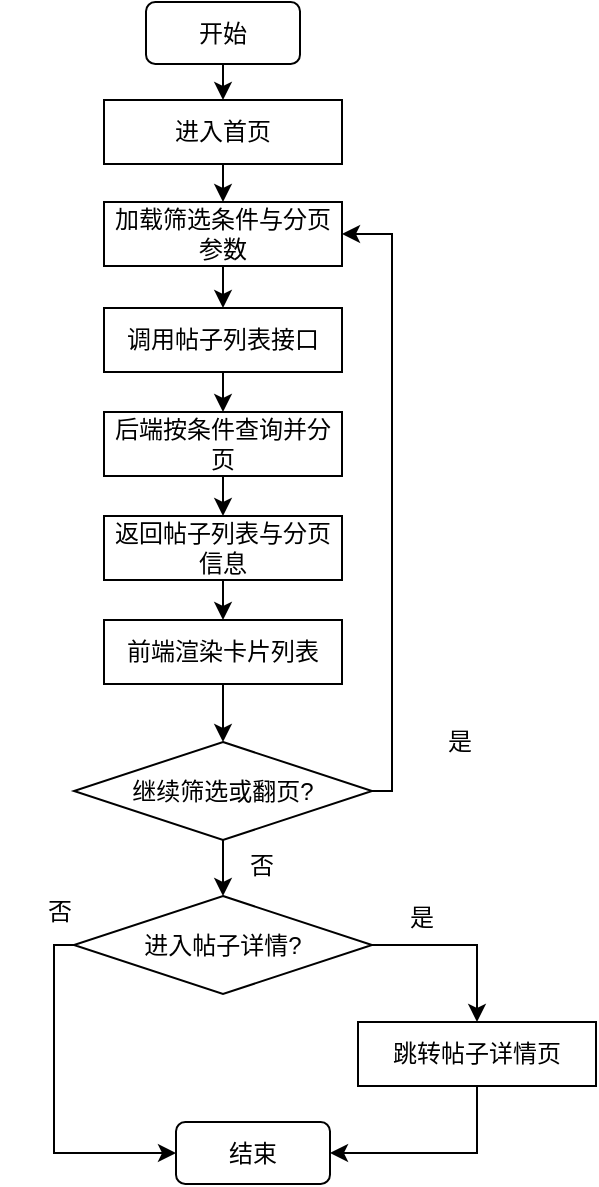
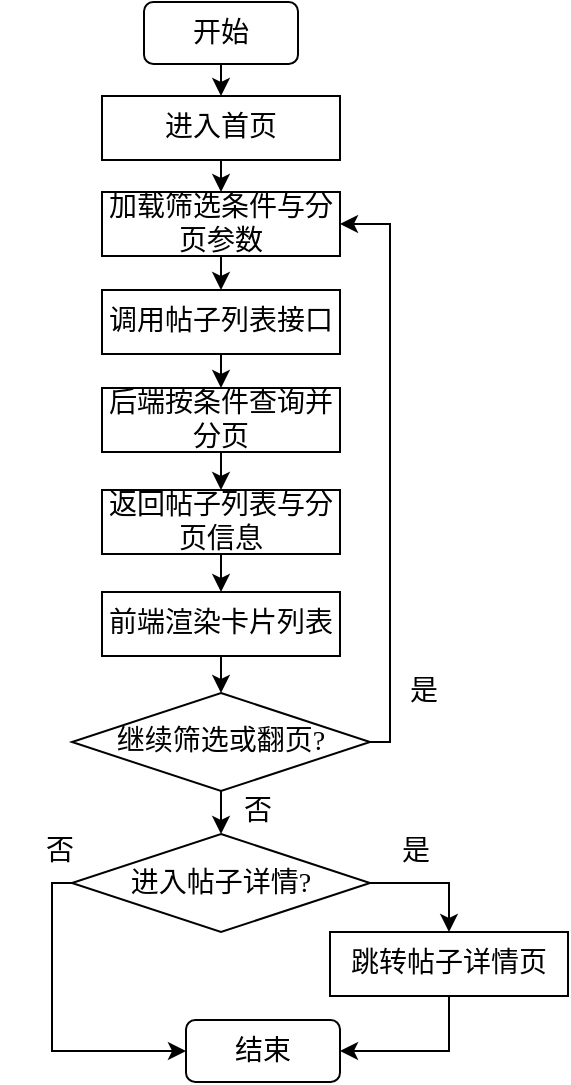
<mxfile host="app.diagrams.net">
  <diagram name="第 1 页" id="FZ4wwNVRDPaxB_m6A_ET">
-     <mxGraphModel dx="1406" dy="780" grid="0" gridSize="10" guides="1" tooltips="1" connect="1" arrows="1" fold="1" page="1" pageScale="1" pageWidth="827" pageHeight="1169" math="0" shadow="0">
+     <mxGraphModel dx="979" dy="538" grid="0" gridSize="10" guides="1" tooltips="1" connect="1" arrows="1" fold="1" page="1" pageScale="1" pageWidth="827" pageHeight="1169" math="0" shadow="0">
      <root>
        <mxCell id="0" />
        <mxCell id="1" parent="0" />
-         <mxCell id="NiT8ppIJZNYUNE1omVFy-1" parent="1" style="rounded=1;whiteSpace=wrap;html=1;" value="&lt;span style=&quot;font-size: 12px;&quot;&gt;开始&lt;/span&gt;" vertex="1">
+         <mxCell id="NiT8ppIJZNYUNE1omVFy-1" parent="1" style="rounded=1;whiteSpace=wrap;html=1;fontFamily=仿宋;fontSize=14;" value="&lt;span&gt;开始&lt;/span&gt;" vertex="1">
          <mxGeometry height="31" width="77" x="375" y="21" as="geometry" />
        </mxCell>
-         <mxCell id="NiT8ppIJZNYUNE1omVFy-2" parent="1" style="rounded=0;whiteSpace=wrap;html=1;" value="&lt;span style=&quot;font-size: 12px;&quot;&gt;进入首页&lt;/span&gt;" vertex="1">
-           <mxGeometry height="32" width="119" x="354" y="70" as="geometry" />
+         <mxCell id="NiT8ppIJZNYUNE1omVFy-2" parent="1" style="rounded=0;whiteSpace=wrap;html=1;fontFamily=仿宋;fontSize=14;" value="&lt;span&gt;进入首页&lt;/span&gt;" vertex="1">
+           <mxGeometry height="32" width="119" x="354" y="68" as="geometry" />
        </mxCell>
-         <mxCell id="NiT8ppIJZNYUNE1omVFy-3" parent="1" style="rounded=0;whiteSpace=wrap;html=1;" value="&lt;span style=&quot;font-size: 12px;&quot;&gt;加载筛选条件与分页参数&lt;/span&gt;" vertex="1">
-           <mxGeometry height="32" width="119" x="354" y="121" as="geometry" />
+         <mxCell id="NiT8ppIJZNYUNE1omVFy-3" parent="1" style="rounded=0;whiteSpace=wrap;html=1;fontFamily=仿宋;fontSize=14;" value="&lt;span&gt;加载筛选条件与分页参数&lt;/span&gt;" vertex="1">
+           <mxGeometry height="32" width="119" x="354" y="116" as="geometry" />
        </mxCell>
-         <mxCell id="NiT8ppIJZNYUNE1omVFy-4" parent="1" style="rounded=0;whiteSpace=wrap;html=1;" value="&lt;span style=&quot;font-size: 12px;&quot;&gt;调用帖子列表接口&lt;/span&gt;" vertex="1">
-           <mxGeometry height="32" width="119" x="354" y="174" as="geometry" />
+         <mxCell id="NiT8ppIJZNYUNE1omVFy-4" parent="1" style="rounded=0;whiteSpace=wrap;html=1;fontFamily=仿宋;fontSize=14;" value="&lt;span&gt;调用帖子列表接口&lt;/span&gt;" vertex="1">
+           <mxGeometry height="32" width="119" x="354" y="165" as="geometry" />
        </mxCell>
-         <mxCell id="NiT8ppIJZNYUNE1omVFy-5" parent="1" style="rounded=0;whiteSpace=wrap;html=1;" value="&lt;span style=&quot;font-size: 12px;&quot;&gt;后端按条件查询并分页&lt;/span&gt;" vertex="1">
-           <mxGeometry height="32" width="119" x="354" y="226" as="geometry" />
+         <mxCell id="NiT8ppIJZNYUNE1omVFy-5" parent="1" style="rounded=0;whiteSpace=wrap;html=1;fontFamily=仿宋;fontSize=14;" value="&lt;span&gt;后端按条件查询并分页&lt;/span&gt;" vertex="1">
+           <mxGeometry height="32" width="119" x="354" y="214" as="geometry" />
        </mxCell>
-         <mxCell id="NiT8ppIJZNYUNE1omVFy-6" parent="1" style="rounded=0;whiteSpace=wrap;html=1;" value="&lt;span style=&quot;font-size: 12px;&quot;&gt;返回帖子列表与分页信息&lt;/span&gt;" vertex="1">
-           <mxGeometry height="32" width="119" x="354" y="278" as="geometry" />
+         <mxCell id="NiT8ppIJZNYUNE1omVFy-6" parent="1" style="rounded=0;whiteSpace=wrap;html=1;fontFamily=仿宋;fontSize=14;" value="&lt;span&gt;返回帖子列表与分页信息&lt;/span&gt;" vertex="1">
+           <mxGeometry height="32" width="119" x="354" y="265" as="geometry" />
        </mxCell>
-         <mxCell id="NiT8ppIJZNYUNE1omVFy-7" parent="1" style="rounded=0;whiteSpace=wrap;html=1;" value="&lt;span style=&quot;font-size: 12px;&quot;&gt;前端渲染卡片列表&lt;/span&gt;" vertex="1">
-           <mxGeometry height="32" width="119" x="354" y="330" as="geometry" />
+         <mxCell id="NiT8ppIJZNYUNE1omVFy-7" parent="1" style="rounded=0;whiteSpace=wrap;html=1;fontFamily=仿宋;fontSize=14;" value="&lt;span&gt;前端渲染卡片列表&lt;/span&gt;" vertex="1">
+           <mxGeometry height="32" width="119" x="354" y="316" as="geometry" />
        </mxCell>
-         <mxCell id="NiT8ppIJZNYUNE1omVFy-8" parent="1" style="rounded=0;whiteSpace=wrap;html=1;" value="&lt;span style=&quot;font-size: 12px;&quot;&gt;跳转帖子详情页&lt;/span&gt;" vertex="1">
-           <mxGeometry height="32" width="119" x="481" y="531" as="geometry" />
+         <mxCell id="NiT8ppIJZNYUNE1omVFy-8" parent="1" style="rounded=0;whiteSpace=wrap;html=1;fontFamily=仿宋;fontSize=14;" value="&lt;span&gt;跳转帖子详情页&lt;/span&gt;" vertex="1">
+           <mxGeometry height="32" width="119" x="468" y="486" as="geometry" />
        </mxCell>
-         <mxCell id="NiT8ppIJZNYUNE1omVFy-9" parent="1" style="rhombus;whiteSpace=wrap;html=1;" value="&lt;span style=&quot;font-size: 12px;&quot;&gt;继续筛选或翻页?&lt;/span&gt;" vertex="1">
-           <mxGeometry height="49" width="149" x="339" y="391" as="geometry" />
+         <mxCell id="NiT8ppIJZNYUNE1omVFy-9" parent="1" style="rhombus;whiteSpace=wrap;html=1;fontFamily=仿宋;fontSize=14;" value="&lt;span&gt;继续筛选或翻页?&lt;/span&gt;" vertex="1">
+           <mxGeometry height="49" width="149" x="339" y="366.5" as="geometry" />
        </mxCell>
-         <mxCell id="NiT8ppIJZNYUNE1omVFy-10" parent="1" style="rhombus;whiteSpace=wrap;html=1;" value="&lt;span style=&quot;font-size: 12px;&quot;&gt;进入帖子详情?&lt;/span&gt;" vertex="1">
-           <mxGeometry height="49" width="149" x="339" y="468" as="geometry" />
+         <mxCell id="NiT8ppIJZNYUNE1omVFy-10" parent="1" style="rhombus;whiteSpace=wrap;html=1;fontFamily=仿宋;fontSize=14;" value="&lt;span&gt;进入帖子详情?&lt;/span&gt;" vertex="1">
+           <mxGeometry height="49" width="149" x="339" y="437" as="geometry" />
        </mxCell>
-         <mxCell id="NiT8ppIJZNYUNE1omVFy-11" edge="1" parent="1" source="NiT8ppIJZNYUNE1omVFy-1" style="endArrow=classic;html=1;rounded=0;exitX=0.5;exitY=1;exitDx=0;exitDy=0;entryX=0.5;entryY=0;entryDx=0;entryDy=0;" target="NiT8ppIJZNYUNE1omVFy-2" value="">
+         <mxCell id="NiT8ppIJZNYUNE1omVFy-11" edge="1" parent="1" source="NiT8ppIJZNYUNE1omVFy-1" style="endArrow=classic;html=1;rounded=0;exitX=0.5;exitY=1;exitDx=0;exitDy=0;entryX=0.5;entryY=0;entryDx=0;entryDy=0;fontFamily=仿宋;fontSize=14;" target="NiT8ppIJZNYUNE1omVFy-2" value="">
          <mxGeometry height="50" relative="1" width="50" as="geometry">
            <mxPoint x="388" y="427" as="sourcePoint" />
            <mxPoint x="403" y="179" as="targetPoint" />
          </mxGeometry>
        </mxCell>
-         <mxCell id="NiT8ppIJZNYUNE1omVFy-12" edge="1" parent="1" source="NiT8ppIJZNYUNE1omVFy-2" style="endArrow=classic;html=1;rounded=0;exitX=0.5;exitY=1;exitDx=0;exitDy=0;entryX=0.5;entryY=0;entryDx=0;entryDy=0;" target="NiT8ppIJZNYUNE1omVFy-3" value="">
+         <mxCell id="NiT8ppIJZNYUNE1omVFy-12" edge="1" parent="1" source="NiT8ppIJZNYUNE1omVFy-2" style="endArrow=classic;html=1;rounded=0;exitX=0.5;exitY=1;exitDx=0;exitDy=0;entryX=0.5;entryY=0;entryDx=0;entryDy=0;fontFamily=仿宋;fontSize=14;" target="NiT8ppIJZNYUNE1omVFy-3" value="">
          <mxGeometry height="50" relative="1" width="50" as="geometry">
            <mxPoint x="585" y="210" as="sourcePoint" />
            <mxPoint x="592" y="251" as="targetPoint" />
          </mxGeometry>
        </mxCell>
-         <mxCell id="NiT8ppIJZNYUNE1omVFy-13" edge="1" parent="1" source="NiT8ppIJZNYUNE1omVFy-3" style="endArrow=classic;html=1;rounded=0;exitX=0.5;exitY=1;exitDx=0;exitDy=0;entryX=0.5;entryY=0;entryDx=0;entryDy=0;" target="NiT8ppIJZNYUNE1omVFy-4" value="">
+         <mxCell id="NiT8ppIJZNYUNE1omVFy-13" edge="1" parent="1" source="NiT8ppIJZNYUNE1omVFy-3" style="endArrow=classic;html=1;rounded=0;exitX=0.5;exitY=1;exitDx=0;exitDy=0;entryX=0.5;entryY=0;entryDx=0;entryDy=0;fontFamily=仿宋;fontSize=14;" target="NiT8ppIJZNYUNE1omVFy-4" value="">
          <mxGeometry height="50" relative="1" width="50" as="geometry">
            <mxPoint x="466" y="383" as="sourcePoint" />
            <mxPoint x="473" y="424" as="targetPoint" />
          </mxGeometry>
        </mxCell>
-         <mxCell id="NiT8ppIJZNYUNE1omVFy-14" edge="1" parent="1" source="NiT8ppIJZNYUNE1omVFy-4" style="endArrow=classic;html=1;rounded=0;exitX=0.5;exitY=1;exitDx=0;exitDy=0;entryX=0.5;entryY=0;entryDx=0;entryDy=0;" target="NiT8ppIJZNYUNE1omVFy-5" value="">
+         <mxCell id="NiT8ppIJZNYUNE1omVFy-14" edge="1" parent="1" source="NiT8ppIJZNYUNE1omVFy-4" style="endArrow=classic;html=1;rounded=0;exitX=0.5;exitY=1;exitDx=0;exitDy=0;entryX=0.5;entryY=0;entryDx=0;entryDy=0;fontFamily=仿宋;fontSize=14;" target="NiT8ppIJZNYUNE1omVFy-5" value="">
          <mxGeometry height="50" relative="1" width="50" as="geometry">
            <mxPoint x="452" y="385" as="sourcePoint" />
            <mxPoint x="459" y="426" as="targetPoint" />
          </mxGeometry>
        </mxCell>
-         <mxCell id="NiT8ppIJZNYUNE1omVFy-15" edge="1" parent="1" source="NiT8ppIJZNYUNE1omVFy-5" style="endArrow=classic;html=1;rounded=0;entryX=0.5;entryY=0;entryDx=0;entryDy=0;exitX=0.5;exitY=1;exitDx=0;exitDy=0;" target="NiT8ppIJZNYUNE1omVFy-6" value="">
+         <mxCell id="NiT8ppIJZNYUNE1omVFy-15" edge="1" parent="1" source="NiT8ppIJZNYUNE1omVFy-5" style="endArrow=classic;html=1;rounded=0;entryX=0.5;entryY=0;entryDx=0;entryDy=0;exitX=0.5;exitY=1;exitDx=0;exitDy=0;fontFamily=仿宋;fontSize=14;" target="NiT8ppIJZNYUNE1omVFy-6" value="">
          <mxGeometry height="50" relative="1" width="50" as="geometry">
            <mxPoint x="327" y="458" as="sourcePoint" />
            <mxPoint x="450" y="489" as="targetPoint" />
          </mxGeometry>
        </mxCell>
-         <mxCell id="NiT8ppIJZNYUNE1omVFy-16" edge="1" parent="1" source="NiT8ppIJZNYUNE1omVFy-6" style="endArrow=classic;html=1;rounded=0;exitX=0.5;exitY=1;exitDx=0;exitDy=0;entryX=0.5;entryY=0;entryDx=0;entryDy=0;" target="NiT8ppIJZNYUNE1omVFy-7" value="">
+         <mxCell id="NiT8ppIJZNYUNE1omVFy-16" edge="1" parent="1" source="NiT8ppIJZNYUNE1omVFy-6" style="endArrow=classic;html=1;rounded=0;exitX=0.5;exitY=1;exitDx=0;exitDy=0;entryX=0.5;entryY=0;entryDx=0;entryDy=0;fontFamily=仿宋;fontSize=14;" target="NiT8ppIJZNYUNE1omVFy-7" value="">
          <mxGeometry height="50" relative="1" width="50" as="geometry">
            <mxPoint x="482" y="528" as="sourcePoint" />
            <mxPoint x="489" y="569" as="targetPoint" />
          </mxGeometry>
        </mxCell>
-         <mxCell id="NiT8ppIJZNYUNE1omVFy-17" edge="1" parent="1" source="NiT8ppIJZNYUNE1omVFy-7" style="endArrow=classic;html=1;rounded=0;exitX=0.5;exitY=1;exitDx=0;exitDy=0;entryX=0.5;entryY=0;entryDx=0;entryDy=0;" target="NiT8ppIJZNYUNE1omVFy-9" value="">
+         <mxCell id="NiT8ppIJZNYUNE1omVFy-17" edge="1" parent="1" source="NiT8ppIJZNYUNE1omVFy-7" style="endArrow=classic;html=1;rounded=0;exitX=0.5;exitY=1;exitDx=0;exitDy=0;entryX=0.5;entryY=0;entryDx=0;entryDy=0;fontFamily=仿宋;fontSize=14;" target="NiT8ppIJZNYUNE1omVFy-9" value="">
          <mxGeometry height="50" relative="1" width="50" as="geometry">
            <mxPoint x="225" y="805" as="sourcePoint" />
            <mxPoint x="232" y="846" as="targetPoint" />
          </mxGeometry>
        </mxCell>
-         <mxCell id="NiT8ppIJZNYUNE1omVFy-18" edge="1" parent="1" source="NiT8ppIJZNYUNE1omVFy-9" style="endArrow=classic;html=1;rounded=0;exitX=0.5;exitY=1;exitDx=0;exitDy=0;entryX=0.5;entryY=0;entryDx=0;entryDy=0;" target="NiT8ppIJZNYUNE1omVFy-10" value="">
+         <mxCell id="NiT8ppIJZNYUNE1omVFy-18" edge="1" parent="1" source="NiT8ppIJZNYUNE1omVFy-9" style="endArrow=classic;html=1;rounded=0;exitX=0.5;exitY=1;exitDx=0;exitDy=0;entryX=0.5;entryY=0;entryDx=0;entryDy=0;fontFamily=仿宋;fontSize=14;" target="NiT8ppIJZNYUNE1omVFy-10" value="">
          <mxGeometry height="50" relative="1" width="50" as="geometry">
            <mxPoint x="583" y="708" as="sourcePoint" />
            <mxPoint x="590" y="749" as="targetPoint" />
          </mxGeometry>
        </mxCell>
-         <mxCell id="NiT8ppIJZNYUNE1omVFy-19" edge="1" parent="1" source="NiT8ppIJZNYUNE1omVFy-10" style="endArrow=classic;html=1;rounded=0;exitX=1;exitY=0.5;exitDx=0;exitDy=0;entryX=0.5;entryY=0;entryDx=0;entryDy=0;edgeStyle=orthogonalEdgeStyle;" target="NiT8ppIJZNYUNE1omVFy-8" value="">
+         <mxCell id="NiT8ppIJZNYUNE1omVFy-19" edge="1" parent="1" source="NiT8ppIJZNYUNE1omVFy-10" style="endArrow=classic;html=1;rounded=0;exitX=1;exitY=0.5;exitDx=0;exitDy=0;entryX=0.5;entryY=0;entryDx=0;entryDy=0;edgeStyle=orthogonalEdgeStyle;fontFamily=仿宋;fontSize=14;" target="NiT8ppIJZNYUNE1omVFy-8" value="">
          <mxGeometry height="50" relative="1" width="50" as="geometry">
            <mxPoint x="334" y="895" as="sourcePoint" />
            <mxPoint x="341" y="936" as="targetPoint" />
          </mxGeometry>
        </mxCell>
-         <mxCell id="NiT8ppIJZNYUNE1omVFy-20" edge="1" parent="1" source="NiT8ppIJZNYUNE1omVFy-9" style="endArrow=classic;html=1;rounded=0;exitX=1;exitY=0.5;exitDx=0;exitDy=0;entryX=1;entryY=0.5;entryDx=0;entryDy=0;edgeStyle=orthogonalEdgeStyle;" target="NiT8ppIJZNYUNE1omVFy-3" value="">
+         <mxCell id="NiT8ppIJZNYUNE1omVFy-20" edge="1" parent="1" source="NiT8ppIJZNYUNE1omVFy-9" style="endArrow=classic;html=1;rounded=0;exitX=1;exitY=0.5;exitDx=0;exitDy=0;entryX=1;entryY=0.5;entryDx=0;entryDy=0;edgeStyle=orthogonalEdgeStyle;fontFamily=仿宋;fontSize=14;" target="NiT8ppIJZNYUNE1omVFy-3" value="">
          <mxGeometry height="50" relative="1" width="50" as="geometry">
            <mxPoint x="590" y="596" as="sourcePoint" />
            <mxPoint x="700" y="705" as="targetPoint" />
          </mxGeometry>
        </mxCell>
-         <mxCell id="NiT8ppIJZNYUNE1omVFy-21" edge="1" parent="1" source="NiT8ppIJZNYUNE1omVFy-10" style="endArrow=classic;html=1;rounded=0;exitX=0;exitY=0.5;exitDx=0;exitDy=0;edgeStyle=orthogonalEdgeStyle;entryX=0;entryY=0.5;entryDx=0;entryDy=0;" target="NiT8ppIJZNYUNE1omVFy-22" value="">
+         <mxCell id="NiT8ppIJZNYUNE1omVFy-21" edge="1" parent="1" source="NiT8ppIJZNYUNE1omVFy-10" style="endArrow=classic;html=1;rounded=0;exitX=0;exitY=0.5;exitDx=0;exitDy=0;edgeStyle=orthogonalEdgeStyle;entryX=0;entryY=0.5;entryDx=0;entryDy=0;fontFamily=仿宋;fontSize=14;" target="NiT8ppIJZNYUNE1omVFy-22" value="">
          <mxGeometry height="50" relative="1" width="50" as="geometry">
            <mxPoint x="295" y="936" as="sourcePoint" />
            <mxPoint x="212" y="920" as="targetPoint" />
          </mxGeometry>
        </mxCell>
-         <mxCell id="NiT8ppIJZNYUNE1omVFy-22" parent="1" style="rounded=1;whiteSpace=wrap;html=1;" value="&lt;span style=&quot;font-size: 12px;&quot;&gt;结束&lt;/span&gt;" vertex="1">
-           <mxGeometry height="31" width="77" x="390" y="581" as="geometry" />
+         <mxCell id="NiT8ppIJZNYUNE1omVFy-22" parent="1" style="rounded=1;whiteSpace=wrap;html=1;fontFamily=仿宋;fontSize=14;" value="&lt;span&gt;结束&lt;/span&gt;" vertex="1">
+           <mxGeometry height="31" width="77" x="396" y="530" as="geometry" />
        </mxCell>
-         <mxCell id="NiT8ppIJZNYUNE1omVFy-23" edge="1" parent="1" source="NiT8ppIJZNYUNE1omVFy-8" style="endArrow=classic;html=1;rounded=0;exitX=0.5;exitY=1;exitDx=0;exitDy=0;edgeStyle=orthogonalEdgeStyle;entryX=1;entryY=0.5;entryDx=0;entryDy=0;" target="NiT8ppIJZNYUNE1omVFy-22" value="">
+         <mxCell id="NiT8ppIJZNYUNE1omVFy-23" edge="1" parent="1" source="NiT8ppIJZNYUNE1omVFy-8" style="endArrow=classic;html=1;rounded=0;exitX=0.5;exitY=1;exitDx=0;exitDy=0;edgeStyle=orthogonalEdgeStyle;entryX=1;entryY=0.5;entryDx=0;entryDy=0;fontFamily=仿宋;fontSize=14;" target="NiT8ppIJZNYUNE1omVFy-22" value="">
          <mxGeometry height="50" relative="1" width="50" as="geometry">
            <mxPoint x="596" y="972" as="sourcePoint" />
            <mxPoint x="622" y="1181" as="targetPoint" />
          </mxGeometry>
        </mxCell>
-         <mxCell id="NiT8ppIJZNYUNE1omVFy-24" parent="1" style="text;html=1;whiteSpace=wrap;strokeColor=none;fillColor=none;align=center;verticalAlign=middle;rounded=0;" value="是" vertex="1">
-           <mxGeometry height="30" width="60" x="502" y="376" as="geometry" />
+         <mxCell id="NiT8ppIJZNYUNE1omVFy-24" parent="1" style="text;html=1;whiteSpace=wrap;strokeColor=none;fillColor=none;align=center;verticalAlign=middle;rounded=0;fontFamily=仿宋;fontSize=14;" value="是" vertex="1">
+           <mxGeometry height="30" width="60" x="485" y="351" as="geometry" />
        </mxCell>
-         <mxCell id="NiT8ppIJZNYUNE1omVFy-25" parent="1" style="text;html=1;whiteSpace=wrap;strokeColor=none;fillColor=none;align=center;verticalAlign=middle;rounded=0;" value="否" vertex="1">
-           <mxGeometry height="30" width="60" x="403" y="438" as="geometry" />
+         <mxCell id="NiT8ppIJZNYUNE1omVFy-25" parent="1" style="text;html=1;whiteSpace=wrap;strokeColor=none;fillColor=none;align=center;verticalAlign=middle;rounded=0;fontFamily=仿宋;fontSize=14;" value="否" vertex="1">
+           <mxGeometry height="30" width="60" x="402" y="411" as="geometry" />
        </mxCell>
-         <mxCell id="NiT8ppIJZNYUNE1omVFy-26" parent="1" style="text;html=1;whiteSpace=wrap;strokeColor=none;fillColor=none;align=center;verticalAlign=middle;rounded=0;" value="是" vertex="1">
-           <mxGeometry height="30" width="60" x="483" y="464" as="geometry" />
+         <mxCell id="NiT8ppIJZNYUNE1omVFy-26" parent="1" style="text;html=1;whiteSpace=wrap;strokeColor=none;fillColor=none;align=center;verticalAlign=middle;rounded=0;fontFamily=仿宋;fontSize=14;" value="是" vertex="1">
+           <mxGeometry height="30" width="60" x="481" y="431" as="geometry" />
        </mxCell>
-         <mxCell id="NiT8ppIJZNYUNE1omVFy-27" parent="1" style="text;html=1;whiteSpace=wrap;strokeColor=none;fillColor=none;align=center;verticalAlign=middle;rounded=0;" value="否" vertex="1">
-           <mxGeometry height="30" width="60" x="302" y="461" as="geometry" />
+         <mxCell id="NiT8ppIJZNYUNE1omVFy-27" parent="1" style="text;html=1;whiteSpace=wrap;strokeColor=none;fillColor=none;align=center;verticalAlign=middle;rounded=0;fontFamily=仿宋;fontSize=14;" value="否" vertex="1">
+           <mxGeometry height="30" width="60" x="303" y="431" as="geometry" />
        </mxCell>
      </root>
    </mxGraphModel>
  </diagram>
</mxfile>
